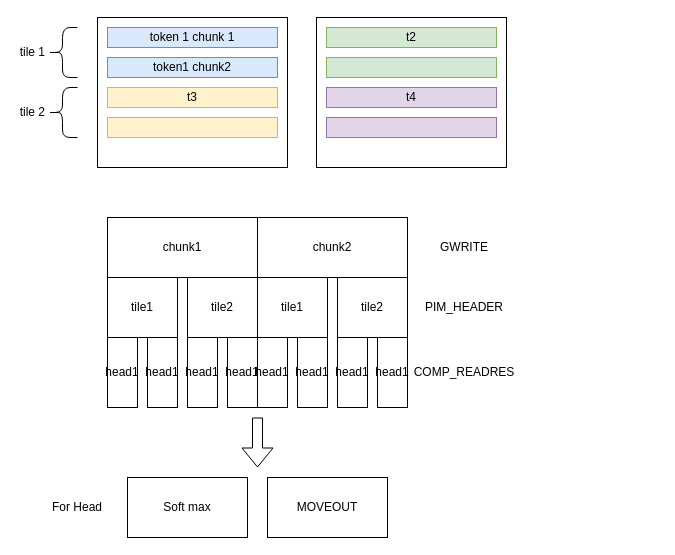
This is newpims/MULTI_ROW_ATT.drawio from shenjiangqiu/drawio, a draw.io file, before an edit. Source tidied: cells renumbered, new cells numbered last; positions are measured from the earlier drawing's top-left corner, leaving out a move shared by most shapes. Both pictures are drawn from the tidied source at 100%, with x=0, y=0 at pixel (47, 17).
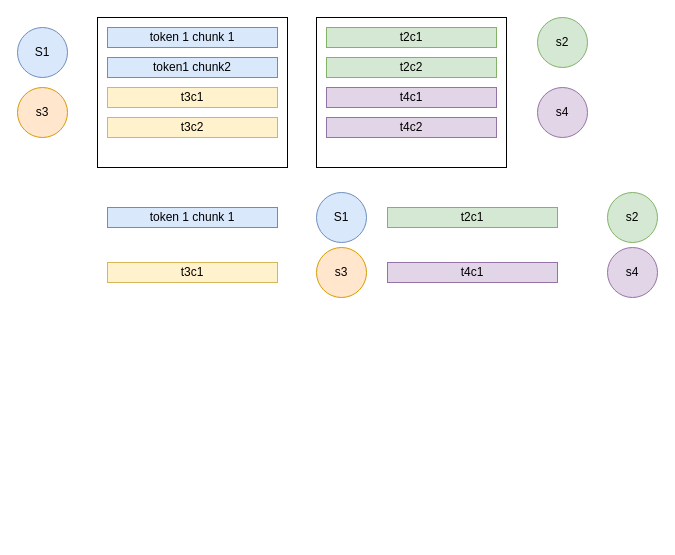
The same page after the edit.

The edit, as a diff of the source:
```diff
@@
-    <mxCell id="6" value="t2" style="rounded=0;whiteSpace=wrap;html=1;fillColor=#d5e8d4;strokeColor=#82b366;" parent="1" vertex="1">
+    <mxCell id="6" value="t2c1" style="rounded=0;whiteSpace=wrap;html=1;fillColor=#d5e8d4;strokeColor=#82b366;" parent="1" vertex="1">
       <mxGeometry x="279" y="10" width="170" height="20" as="geometry" />
     </mxCell>
-    <mxCell id="7" style="rounded=0;whiteSpace=wrap;html=1;fillColor=#d5e8d4;strokeColor=#82b366;" parent="1" vertex="1">
+    <mxCell id="7" value="t2c2" style="rounded=0;whiteSpace=wrap;html=1;fillColor=#d5e8d4;strokeColor=#82b366;" parent="1" vertex="1">
       <mxGeometry x="279" y="40" width="170" height="20" as="geometry" />
     </mxCell>
-    <mxCell id="8" value="t3" style="rounded=0;whiteSpace=wrap;html=1;fillColor=#fff2cc;strokeColor=#d6b656;" parent="1" vertex="1">
+    <mxCell id="8" value="t3c1" style="rounded=0;whiteSpace=wrap;html=1;fillColor=#fff2cc;strokeColor=#d6b656;" parent="1" vertex="1">
       <mxGeometry x="60" y="70" width="170" height="20" as="geometry" />
     </mxCell>
-    <mxCell id="9" style="rounded=0;whiteSpace=wrap;html=1;fillColor=#fff2cc;strokeColor=#d6b656;" parent="1" vertex="1">
+    <mxCell id="9" value="t3c2" style="rounded=0;whiteSpace=wrap;html=1;fillColor=#fff2cc;strokeColor=#d6b656;" parent="1" vertex="1">
       <mxGeometry x="60" y="100" width="170" height="20" as="geometry" />
     </mxCell>
-    <mxCell id="10" value="t4" style="rounded=0;whiteSpace=wrap;html=1;fillColor=#e1d5e7;strokeColor=#9673a6;" parent="1" vertex="1">
+    <mxCell id="10" value="t4c1" style="rounded=0;whiteSpace=wrap;html=1;fillColor=#e1d5e7;strokeColor=#9673a6;" parent="1" vertex="1">
       <mxGeometry x="279" y="70" width="170" height="20" as="geometry" />
     </mxCell>
-    <mxCell id="11" style="rounded=0;whiteSpace=wrap;html=1;fillColor=#e1d5e7;strokeColor=#9673a6;" parent="1" vertex="1">
+    <mxCell id="11" value="t4c2" style="rounded=0;whiteSpace=wrap;html=1;fillColor=#e1d5e7;strokeColor=#9673a6;" parent="1" vertex="1">
       <mxGeometry x="279" y="100" width="170" height="20" as="geometry" />
     </mxCell>
-    <mxCell id="12" value="tile 1" style="shape=curlyBracket;whiteSpace=wrap;html=1;rounded=1;labelPosition=left;verticalLabelPosition=middle;align=right;verticalAlign=middle;" parent="1" vertex="1">
-      <mxGeometry y="10" width="30" height="50" as="geometry" />
-    </mxCell>
-    <mxCell id="13" value="&lt;div&gt;tile 2&lt;/div&gt;" style="shape=curlyBracket;whiteSpace=wrap;html=1;rounded=1;labelPosition=left;verticalLabelPosition=middle;align=right;verticalAlign=middle;" parent="1" vertex="1">
-      <mxGeometry y="70" width="30" height="50" as="geometry" />
-    </mxCell>
-    <mxCell id="14" value="chunk1" style="rounded=0;whiteSpace=wrap;html=1;" parent="1" vertex="1">
-      <mxGeometry x="60" y="200" width="150" height="60" as="geometry" />
-    </mxCell>
-    <mxCell id="15" value="chunk2" style="rounded=0;whiteSpace=wrap;html=1;" parent="1" vertex="1">
-      <mxGeometry x="210" y="200" width="150" height="60" as="geometry" />
-    </mxCell>
-    <mxCell id="16" value="tile1" style="rounded=0;whiteSpace=wrap;html=1;" parent="1" vertex="1">
-      <mxGeometry x="60" y="260" width="70" height="60" as="geometry" />
-    </mxCell>
-    <mxCell id="17" value="tile2" style="rounded=0;whiteSpace=wrap;html=1;" parent="1" vertex="1">
-      <mxGeometry x="140" y="260" width="70" height="60" as="geometry" />
-    </mxCell>
-    <mxCell id="18" value="head1" style="rounded=0;whiteSpace=wrap;html=1;" parent="1" vertex="1">
-      <mxGeometry x="60" y="320" width="30" height="70" as="geometry" />
-    </mxCell>
-    <mxCell id="19" value="head1" style="rounded=0;whiteSpace=wrap;html=1;" parent="1" vertex="1">
-      <mxGeometry x="100" y="320" width="30" height="70" as="geometry" />
-    </mxCell>
-    <mxCell id="20" value="head1" style="rounded=0;whiteSpace=wrap;html=1;" parent="1" vertex="1">
-      <mxGeometry x="140" y="320" width="30" height="70" as="geometry" />
-    </mxCell>
-    <mxCell id="21" value="head1" style="rounded=0;whiteSpace=wrap;html=1;" parent="1" vertex="1">
-      <mxGeometry x="180" y="320" width="30" height="70" as="geometry" />
-    </mxCell>
-    <mxCell id="22" value="tile1" style="rounded=0;whiteSpace=wrap;html=1;" parent="1" vertex="1">
-      <mxGeometry x="210" y="260" width="70" height="60" as="geometry" />
-    </mxCell>
-    <mxCell id="23" value="tile2" style="rounded=0;whiteSpace=wrap;html=1;" parent="1" vertex="1">
-      <mxGeometry x="290" y="260" width="70" height="60" as="geometry" />
-    </mxCell>
-    <mxCell id="24" value="head1" style="rounded=0;whiteSpace=wrap;html=1;" parent="1" vertex="1">
-      <mxGeometry x="210" y="320" width="30" height="70" as="geometry" />
-    </mxCell>
-    <mxCell id="25" value="head1" style="rounded=0;whiteSpace=wrap;html=1;" parent="1" vertex="1">
-      <mxGeometry x="250" y="320" width="30" height="70" as="geometry" />
-    </mxCell>
-    <mxCell id="26" value="head1" style="rounded=0;whiteSpace=wrap;html=1;" parent="1" vertex="1">
-      <mxGeometry x="290" y="320" width="30" height="70" as="geometry" />
-    </mxCell>
-    <mxCell id="27" value="head1" style="rounded=0;whiteSpace=wrap;html=1;" parent="1" vertex="1">
-      <mxGeometry x="330" y="320" width="30" height="70" as="geometry" />
-    </mxCell>
-    <mxCell id="28" value="GWRITE" style="text;html=1;align=center;verticalAlign=middle;whiteSpace=wrap;rounded=0;" parent="1" vertex="1">
-      <mxGeometry x="387" y="215" width="60" height="30" as="geometry" />
-    </mxCell>
-    <mxCell id="29" value="PIM_HEADER" style="text;html=1;align=center;verticalAlign=middle;whiteSpace=wrap;rounded=0;" parent="1" vertex="1">
-      <mxGeometry x="374" y="275" width="86" height="30" as="geometry" />
-    </mxCell>
-    <mxCell id="30" value="COMP_READRES" style="text;html=1;align=center;verticalAlign=middle;whiteSpace=wrap;rounded=0;" parent="1" vertex="1">
-      <mxGeometry x="374" y="340" width="86" height="30" as="geometry" />
-    </mxCell>
-    <mxCell id="31" style="shape=flexArrow;endArrow=classic;html=1;rounded=0;" parent="1" edge="1">
-      <mxGeometry relative="1" as="geometry">
-        <mxPoint x="210" y="400" as="sourcePoint" />
-        <mxPoint x="210" y="450" as="targetPoint" />
-      </mxGeometry>
-    </mxCell>
-    <mxCell id="32" value="Soft max" style="rounded=0;whiteSpace=wrap;html=1;" parent="1" vertex="1">
-      <mxGeometry x="80" y="460" width="120" height="60" as="geometry" />
-    </mxCell>
-    <mxCell id="33" value="MOVEOUT" style="rounded=0;whiteSpace=wrap;html=1;" parent="1" vertex="1">
-      <mxGeometry x="220" y="460" width="120" height="60" as="geometry" />
-    </mxCell>
-    <mxCell id="34" value="For Head" style="text;html=1;align=center;verticalAlign=middle;whiteSpace=wrap;rounded=0;" parent="1" vertex="1">
-      <mxGeometry y="475" width="60" height="30" as="geometry" />
-    </mxCell>
+    <mxCell id="35" value="s3" style="ellipse;whiteSpace=wrap;html=1;fillColor=#ffe6cc;strokeColor=#d79b00;" parent="1" vertex="1">
+      <mxGeometry x="-30" y="70" width="50" height="50" as="geometry" />
+    </mxCell>
+    <mxCell id="36" value="s2" style="ellipse;whiteSpace=wrap;html=1;fillColor=#d5e8d4;strokeColor=#82b366;" parent="1" vertex="1">
+      <mxGeometry x="490" width="50" height="50" as="geometry" />
+    </mxCell>
+    <mxCell id="37" value="s4" style="ellipse;whiteSpace=wrap;html=1;fillColor=#e1d5e7;strokeColor=#9673a6;" parent="1" vertex="1">
+      <mxGeometry x="490" y="70" width="50" height="50" as="geometry" />
+    </mxCell>
+    <mxCell id="38" value="S1" style="ellipse;whiteSpace=wrap;html=1;fillColor=#dae8fc;strokeColor=#6c8ebf;" parent="1" vertex="1">
+      <mxGeometry x="-30" y="10" width="50" height="50" as="geometry" />
+    </mxCell>
+    <mxCell id="39" value="token 1 chunk 1" style="rounded=0;whiteSpace=wrap;html=1;fillColor=#dae8fc;strokeColor=#6c8ebf;" parent="1" vertex="1">
+      <mxGeometry x="60" y="190" width="170" height="20" as="geometry" />
+    </mxCell>
+    <mxCell id="40" value="t3c1" style="rounded=0;whiteSpace=wrap;html=1;fillColor=#fff2cc;strokeColor=#d6b656;" parent="1" vertex="1">
+      <mxGeometry x="60" y="245" width="170" height="20" as="geometry" />
+    </mxCell>
+    <mxCell id="41" value="S1" style="ellipse;whiteSpace=wrap;html=1;fillColor=#dae8fc;strokeColor=#6c8ebf;" parent="1" vertex="1">
+      <mxGeometry x="269" y="175" width="50" height="50" as="geometry" />
+    </mxCell>
+    <mxCell id="42" value="s3" style="ellipse;whiteSpace=wrap;html=1;fillColor=#ffe6cc;strokeColor=#d79b00;" parent="1" vertex="1">
+      <mxGeometry x="269" y="230" width="50" height="50" as="geometry" />
+    </mxCell>
+    <mxCell id="43" value="t2c1" style="rounded=0;whiteSpace=wrap;html=1;fillColor=#d5e8d4;strokeColor=#82b366;" parent="1" vertex="1">
+      <mxGeometry x="340" y="190" width="170" height="20" as="geometry" />
+    </mxCell>
+    <mxCell id="44" value="t4c1" style="rounded=0;whiteSpace=wrap;html=1;fillColor=#e1d5e7;strokeColor=#9673a6;" parent="1" vertex="1">
+      <mxGeometry x="340" y="245" width="170" height="20" as="geometry" />
+    </mxCell>
+    <mxCell id="45" value="s2" style="ellipse;whiteSpace=wrap;html=1;fillColor=#d5e8d4;strokeColor=#82b366;" parent="1" vertex="1">
+      <mxGeometry x="560" y="175" width="50" height="50" as="geometry" />
+    </mxCell>
+    <mxCell id="46" value="s4" style="ellipse;whiteSpace=wrap;html=1;fillColor=#e1d5e7;strokeColor=#9673a6;" parent="1" vertex="1">
+      <mxGeometry x="560" y="230" width="50" height="50" as="geometry" />
+    </mxCell>
```
